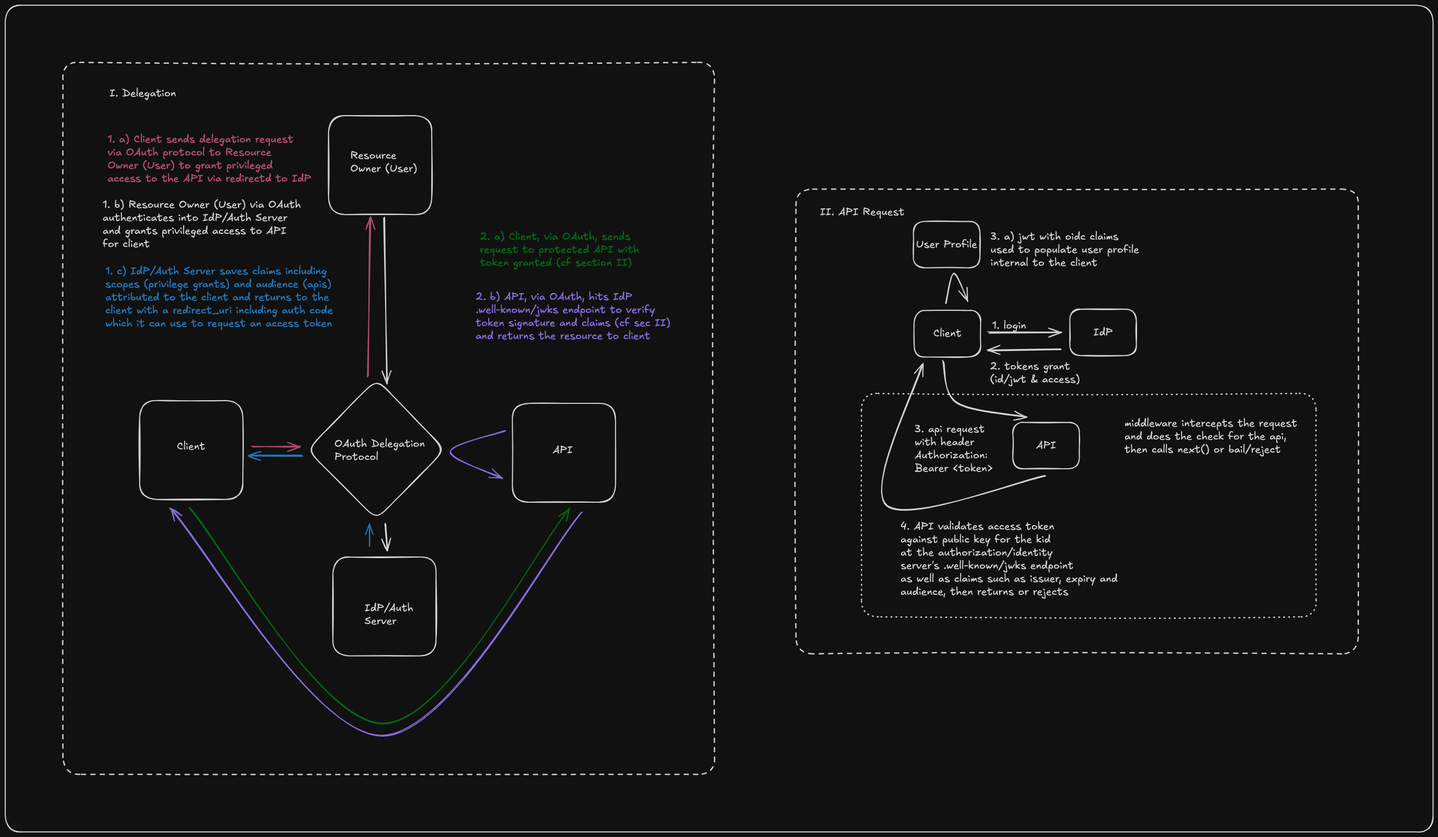
The Excalidraw diagram media/oauth.png in bronifty/auth, before a commit. Source tidied: one line per element, renumbered; positions are measured from the earlier drawing's top-left corner, leaving out a move shared by most shapes.
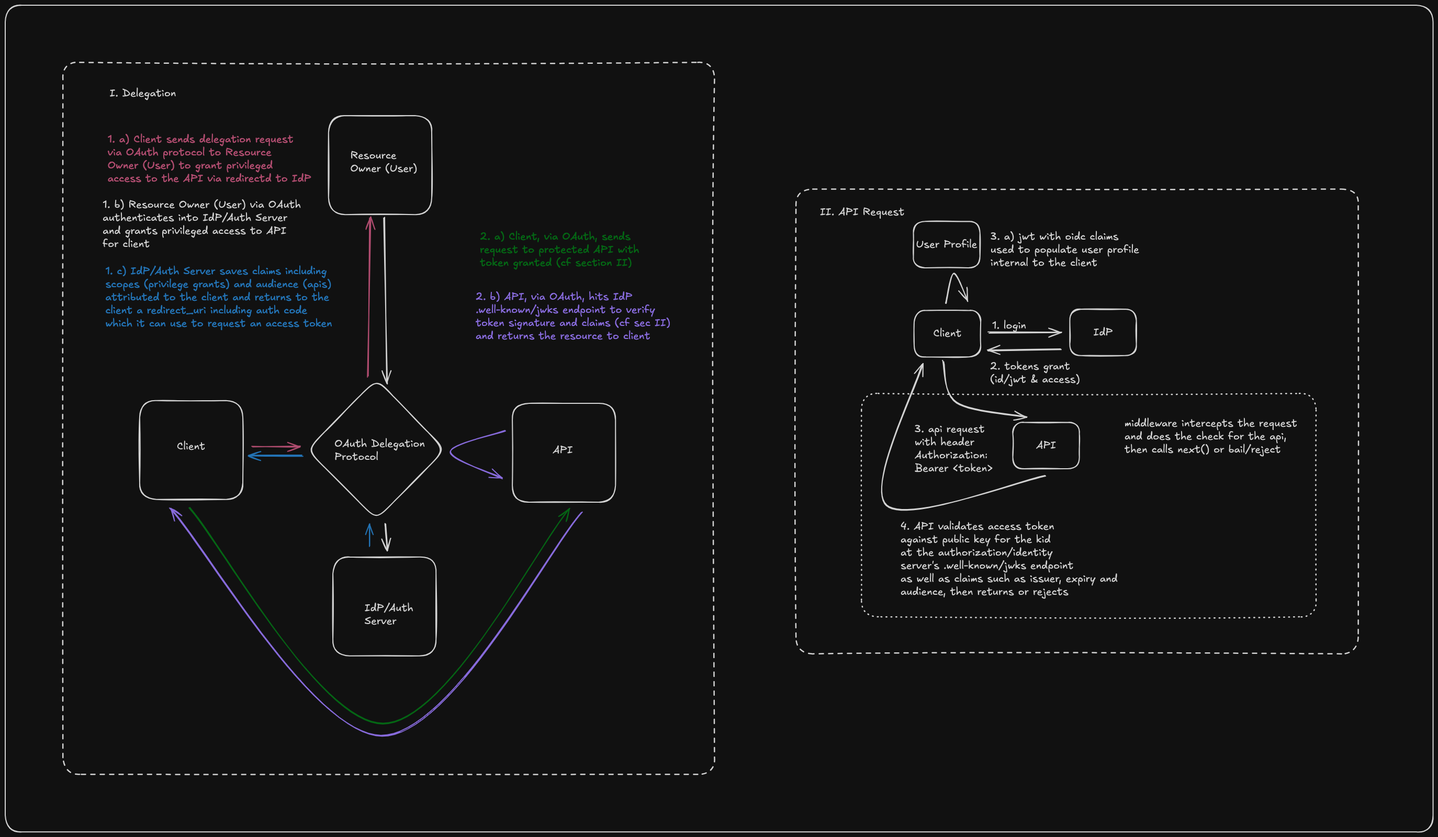
After the commit.

The edit, as a diff of the source:
```diff
@@ -42,7 +42,7 @@
 {"id": 41, "type": "arrow", "strokeColor": "#9775fa", "strokeWidth": 2, "roughness": 1, "endArrowhead": "arrow", "round": true, "from": 27, "to": 23, "x": 1102, "y": 970, "width": 787, "height": 433, "points": [[0, 0], [-383, 426], [-787, -7]]}
 {"id": 42, "type": "text", "text": "1. a) Client sends delegation request\nvia OAuth protocol to Resource\nOwner (User) to grant privileged \naccess to the API via redirectd to IdP", "strokeColor": "#f783ac", "strokeWidth": 2, "roughness": 1, "fontSize": 20, "fontFamily": 5, "x": 196, "y": 245, "width": 389, "height": 100}
 {"id": 43, "type": "text", "text": "1. b) Resource Owner (User) via OAuth\nauthenticates into IdP/Auth Server\nand grants privileged access to API\nfor client", "strokeColor": "#1e1e1e", "strokeWidth": 2, "roughness": 1, "fontSize": 20, "fontFamily": 5, "x": 186, "y": 369, "width": 379, "height": 100}
-{"id": 44, "type": "text", "text": "1. c) IdP/Auth Server saves claims including \nscopes (privilege grants) and audience (apis) \nattributed to the client and returns to the \nclient with a redirect_uri including auth code \nwhich it can use to request an access token \n", "strokeColor": "#4dabf7", "strokeWidth": 2, "roughness": 1, "fontSize": 20, "fontFamily": 5, "x": 191, "y": 496, "width": 443, "height": 150}
+{"id": 44, "type": "text", "text": "1. c) IdP/Auth Server saves claims including \nscopes (privilege grants) and audience (apis) \nattributed to the client and returns to the \nclient a redirect_uri including auth code \nwhich it can use to request an access token \n", "strokeColor": "#4dabf7", "strokeWidth": 2, "roughness": 1, "fontSize": 20, "fontFamily": 5, "x": 191, "y": 496, "width": 441, "height": 150}
 {"id": 45, "type": "text", "text": "2. a) Client, via OAuth, sends \nrequest to protected API with\ntoken granted (cf section II)", "strokeColor": "#69db7c", "strokeWidth": 2, "roughness": 1, "fontSize": 20, "fontFamily": 5, "x": 907, "y": 431, "width": 304, "height": 75}
 {"id": 46, "type": "text", "text": "2. b) API, via OAuth, hits IdP \n.well-known/jwks endpoint to verify\ntoken signature and claims (cf sec II)\nand returns the resource to client", "strokeColor": "#9775fa", "strokeWidth": 2, "roughness": 1, "fontSize": 20, "fontFamily": 5, "x": 899, "y": 546, "width": 372, "height": 100}
 {"id": 47, "type": "text", "text": "I. Delegation", "strokeColor": "#1e1e1e", "strokeWidth": 2, "roughness": 1, "fontSize": 20, "fontFamily": 5, "x": 199, "y": 157, "width": 127, "height": 25}
```
